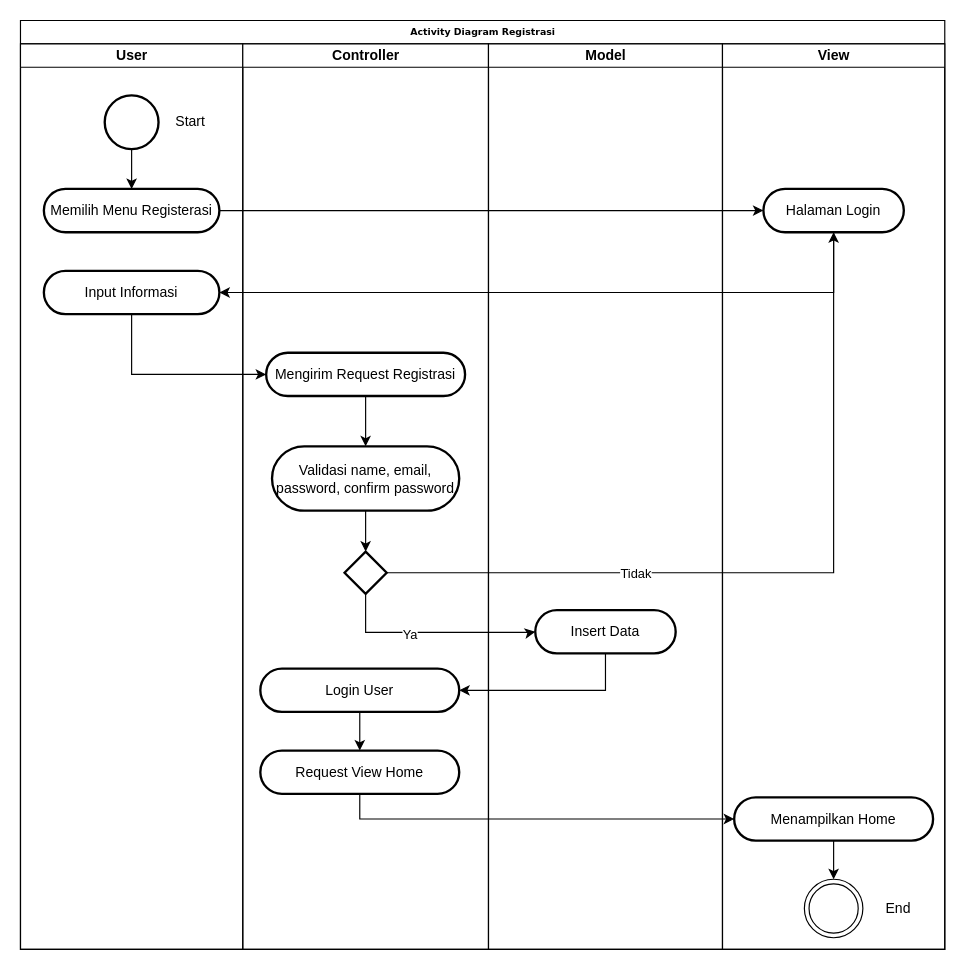
Above: ackitivi diagram daftare.drawio in ThikerXCX/umltoko (draw.io), before the change. Source tidied: cells renumbered, new cells numbered last; positions are measured from the earlier drawing's top-left corner, leaving out a move shared by most shapes. Both pictures are drawn from the tidied source at 117%, with x=0, y=0 at pixel (20, 20).
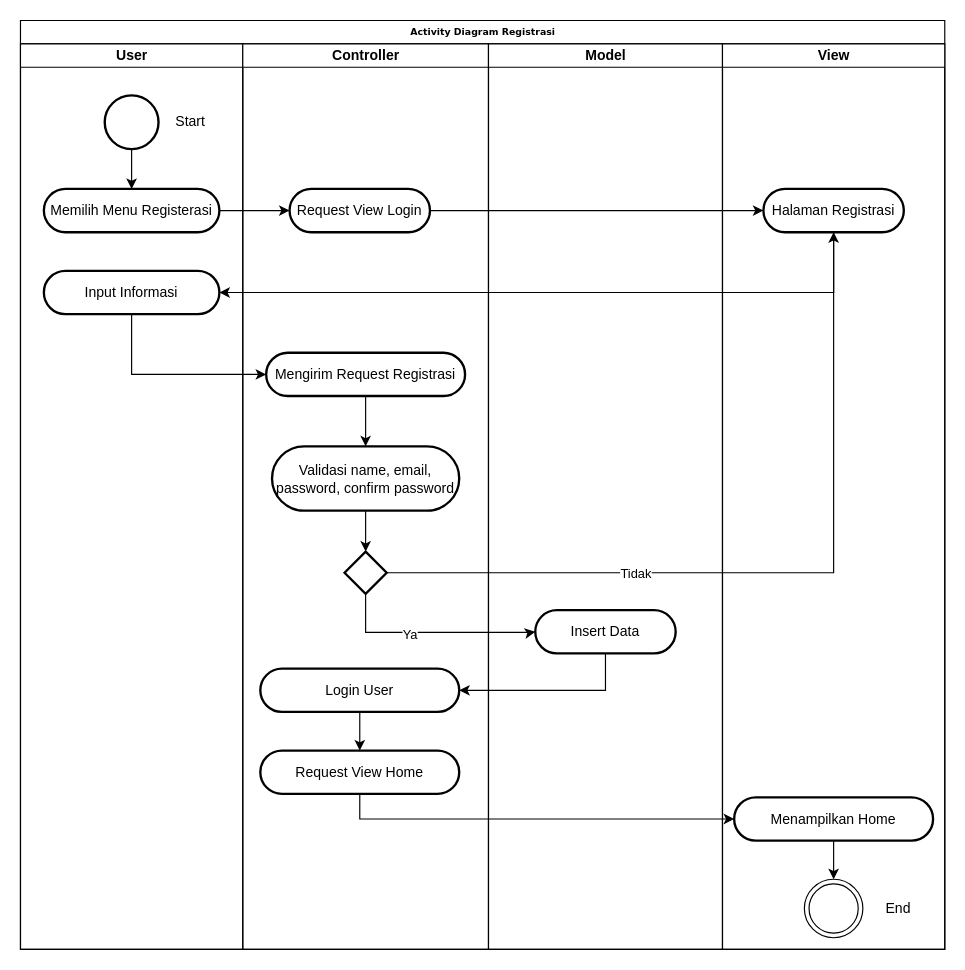
The same page after the edit.

The change refers to these unchanged cells:
```xml
<mxCell id="2" value="Activity Diagram Registrasi" style="swimlane;html=1;startSize=20;rounded=0;shadow=0;labelBackgroundColor=none;strokeWidth=1;fontFamily=Verdana;fontSize=8;align=center;" parent="1" vertex="1">
  <mxGeometry width="790" height="794" as="geometry" />
</mxCell>
<mxCell id="6" value="Memilih Menu Registerasi" style="rounded=1;whiteSpace=wrap;html=1;strokeWidth=2;fillStyle=solid;arcSize=50;" parent="3" vertex="1">
  <mxGeometry x="20" y="124" width="150" height="37" as="geometry" />
</mxCell>
<mxCell id="9" value="Controller" style="swimlane;html=1;startSize=20;" parent="2" vertex="1">
  <mxGeometry x="190" y="20" width="210" height="774" as="geometry" />
</mxCell>
<mxCell id="21" value="View" style="swimlane;html=1;startSize=20;" parent="2" vertex="1">
  <mxGeometry x="600" y="20" width="190" height="774" as="geometry" />
</mxCell>
```

Change to the diagram source:
```diff
@@
+    <mxCell id="36" value="Request View Login" style="rounded=1;whiteSpace=wrap;html=1;strokeWidth=2;fillStyle=solid;arcSize=50;" parent="9" vertex="1">
+      <mxGeometry x="40" y="124" width="120" height="37" as="geometry" />
+    </mxCell>
@@
-    <mxCell id="22" value="Halaman Login" style="rounded=1;whiteSpace=wrap;html=1;strokeWidth=2;fillStyle=solid;arcSize=50;" parent="21" vertex="1">
+    <mxCell id="22" value="Halaman Registrasi" style="rounded=1;whiteSpace=wrap;html=1;strokeWidth=2;fillStyle=solid;arcSize=50;" parent="21" vertex="1">
       <mxGeometry x="35" y="124" width="120" height="37" as="geometry" />
     </mxCell>
@@
-    <mxCell id="27" style="edgeStyle=orthogonalEdgeStyle;rounded=0;jettySize=auto;html=1;entryX=0;entryY=0.5;entryDx=0;entryDy=0;" parent="2" edge="1" source="6" target="22">
+    <mxCell id="27" style="edgeStyle=orthogonalEdgeStyle;rounded=0;jettySize=auto;html=1;" parent="2" edge="1" source="6" target="36">
       <mxGeometry relative="1" as="geometry" />
     </mxCell>
@@
+    <mxCell id="37" style="edgeStyle=orthogonalEdgeStyle;rounded=0;jettySize=auto;html=1;" parent="2" edge="1" source="36" target="22">
+      <mxGeometry relative="1" as="geometry" />
+    </mxCell>
```
